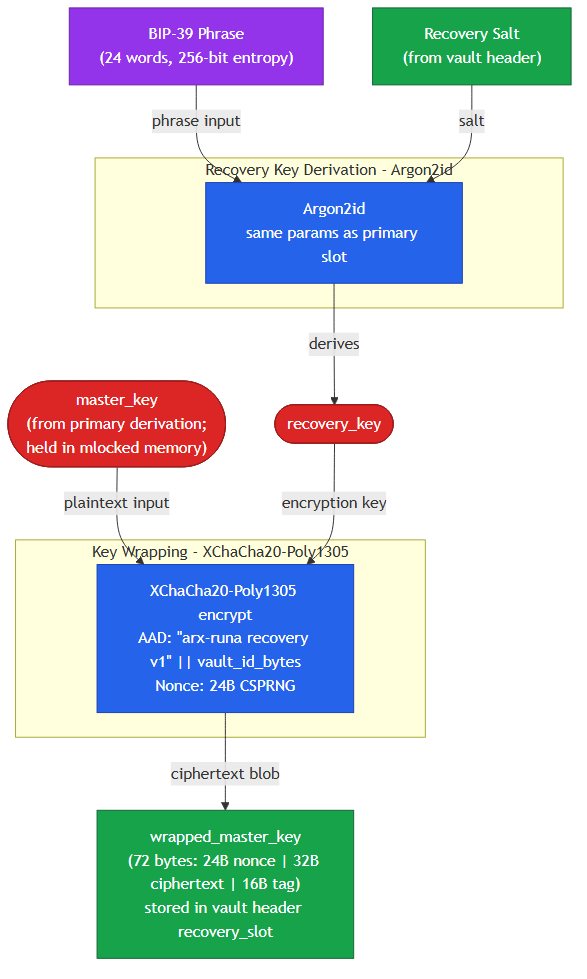
This is docs/report/mermaid-tmp/mermaid_4.png from salgaard/arx-runa, a Mermaid export, as it was before one commit. Its source is kept beside it as docs/report/mermaid-tmp/mermaid_4.mmd.
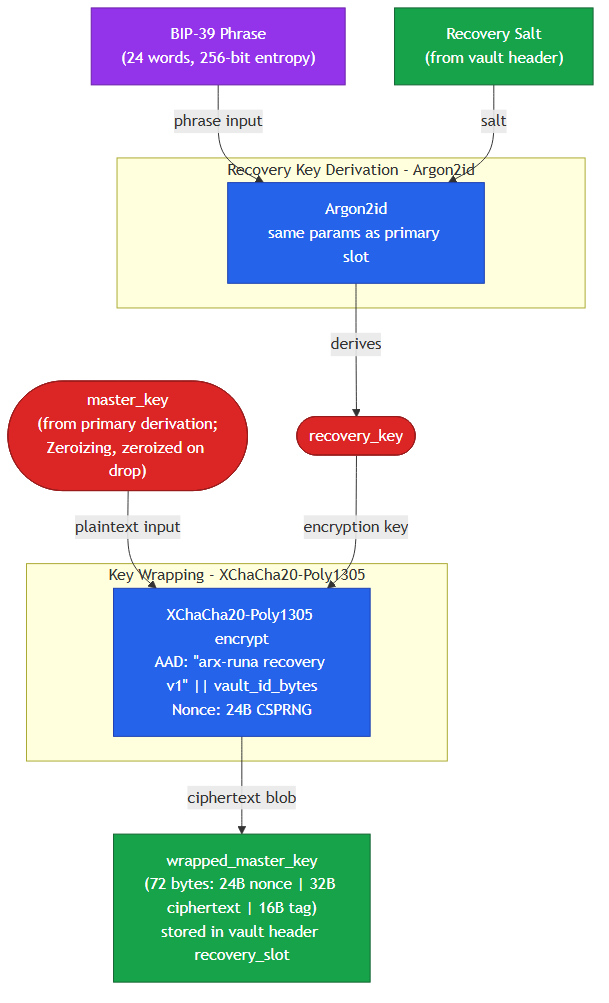
The same file after the commit.

What changed in the source:
```diff
@@ -8,7 +8,7 @@
 
     REC_KEY(["recovery_key"]):::secret
 
-    MK_INPUT(["master_key<br/>(from primary derivation;<br/>held in mlocked memory)"]):::secret
+    MK_INPUT(["master_key<br/>(from primary derivation;<br/>Zeroizing, zeroized on drop)"]):::secret
 
     subgraph WRAP_BLOCK ["Key Wrapping - XChaCha20-Poly1305"]
         WRAP["XChaCha20-Poly1305 encrypt<br/>AAD: #34;arx-runa recovery v1#34; #124;#124; vault_id_bytes<br/>Nonce: 24B CSPRNG"]:::crypto
```
